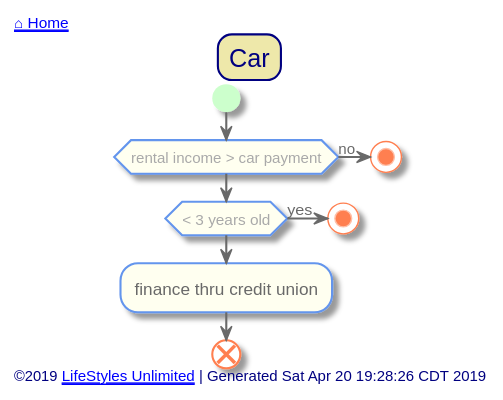
toddmo/lifestylesunlimited keeps this PlantUML diagram as out/src/unlimited-lifestyle/car.svg. Above is the earlier version.
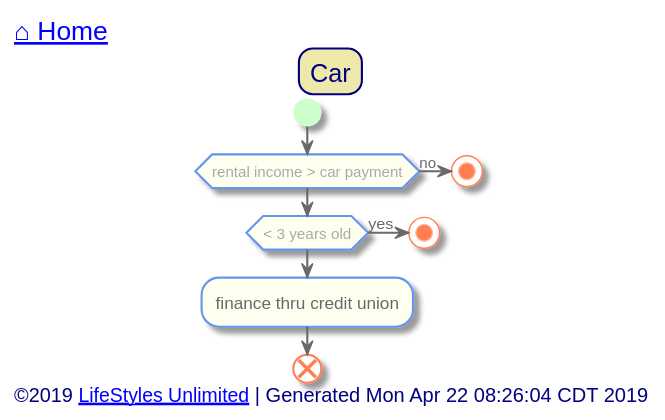
Later version of the same file.

The edit, as a diff of the source:
```diff
@@ -73,7 +73,7 @@
 
 
 left header
-	<font color=Navy>[[../index.svg ⌂ Home]]</font>
+	<font color=Navy size=18>[[../index.svg ⌂ Home]]</font>
 endheader
 
 
@@ -96,7 +96,7 @@
 
 
 left footer
-	©2019 [[http://www.lifestylesunlimited.com LifeStyles Unlimited]] | Generated Sat Apr 20 19:28:26 CDT 2019
+	<font size=14>©2019 [[http://www.lifestylesunlimited.com LifeStyles Unlimited]] | Generated Mon Apr 22 08:26:04 CDT 2019</font>
 endfooter
 
 
```
